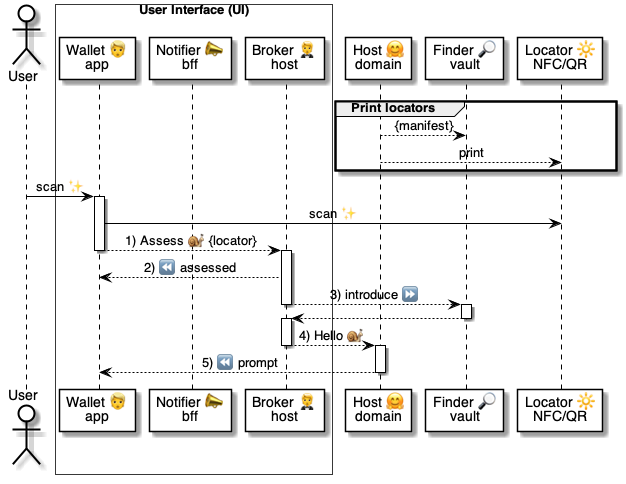
Above: 5 ⏩ Flows/90 🧑‍🦰👉 Wallets/15 👉🔆 Locators/.📎 Assets/⚙️ Host QR.png in pollyweb-org/pollyweb-docs (PlantUML), before the change. Its source is kept beside it as 5 ⏩ Flows/90 🧑‍🦰👉 Wallets/15 👉🔆 Locators/.📎 Assets/⚙️ Host QR.puml. The source it was exported from:
```plantuml
@startuml 👉 Host NFC-QR check-in

actor User as user

box "User Interface (UI)"  #FFFFFF
  participant "Wallet 👱\napp" as wallet
  participant "Notifier 📣\nbff" as notifier
  participant "Broker 🤵\nhost" as broker
end box

participant "Host 🤗\ndomain" as host
participant "Finder 🔎\nvault" as finder
participant "Locator 🔆\nNFC/QR" as qr


group Print locators
    host --> finder: {manifest}
    host --> qr: print
end group

user -> wallet: scan ✨

activate wallet
    wallet -> qr: scan ✨
    wallet --> broker: 1) Assess 🐌 {locator}
deactivate wallet

activate broker


        broker --> wallet: 2) ⏪ assessed

        broker --> finder: 3) introduce ⏩
        deactivate broker
            activate finder
                finder --> broker
            deactivate finder
        activate broker


    broker --> host:  4) Hello 🐌
deactivate broker

activate host
    host --> wallet: 5) ⏪ prompt
deactivate host



@enduml
```
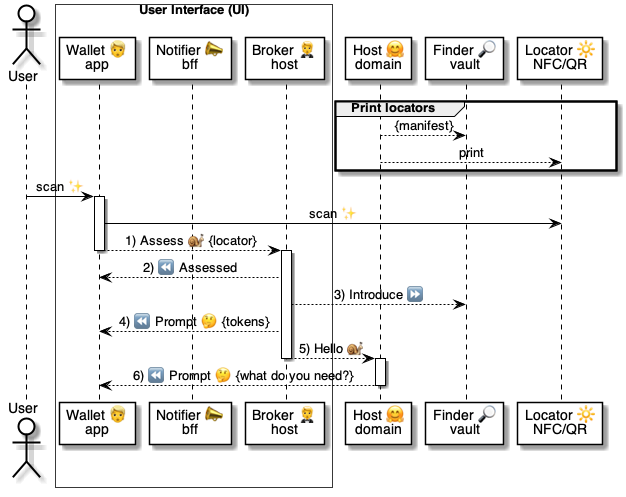
After the change.

Change to the diagram source:
```diff
@@ -28,21 +28,17 @@
 activate broker
 
 
-        broker --> wallet: 2) ⏪ assessed
+        broker --> wallet: 2) ⏪ Assessed
 
-        broker --> finder: 3) introduce ⏩
-        deactivate broker
-            activate finder
-                finder --> broker
-            deactivate finder
-        activate broker
+        broker --> finder: 3) Introduce ⏩
 
 
-    broker --> host:  4) Hello 🐌
+    broker --> wallet: 4) ⏪ Prompt 🤔 {tokens}
+    broker --> host:  5) Hello 🐌
 deactivate broker
 
 activate host
-    host --> wallet: 5) ⏪ prompt
+    host --> wallet: 6) ⏪ Prompt 🤔 {what do you need?}
 deactivate host
 
 
```
